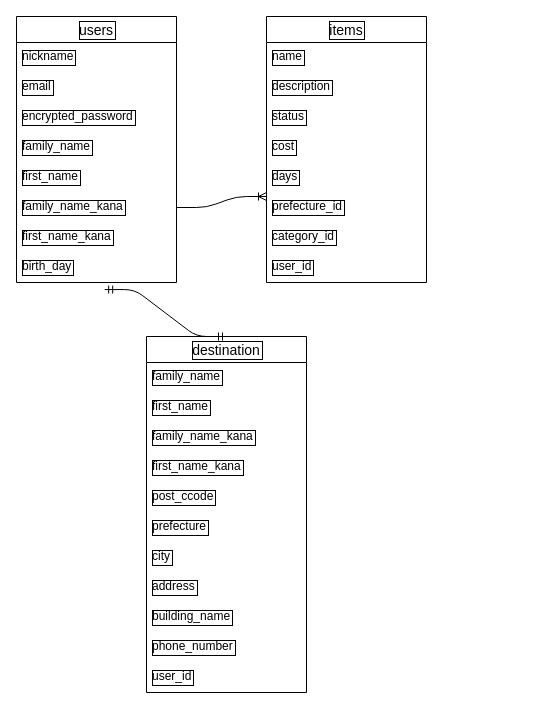
This is furima.dio from harakoryunosuke/furima-37751, a draw.io file, before an edit. Source tidied: cells renumbered, new cells numbered last; positions are measured from the earlier drawing's top-left corner, leaving out a move shared by most shapes. Both pictures are drawn from the tidied source at 100%, with x=0, y=0 at pixel (16, 16).
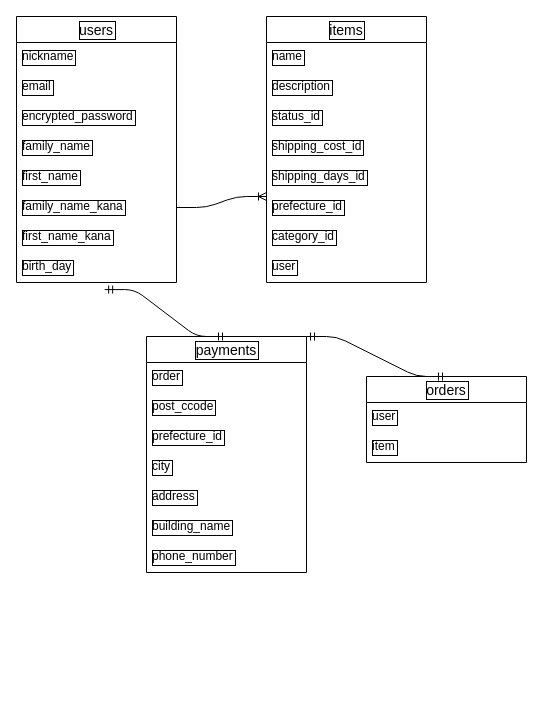
After the change.

Unchanged cells that the change refers to:
```xml
<mxCell id="11" value="items" style="swimlane;fontStyle=0;horizontal=1;startSize=26;align=center;fontSize=14;labelBorderColor=default;" parent="1" vertex="1">
  <mxGeometry x="250" width="160" height="266" as="geometry" />
</mxCell>
```

The edit, as a diff of the source:
```diff
@@
-    <mxCell id="14" value="status" style="text;strokeColor=none;fillColor=none;spacingLeft=4;spacingRight=4;overflow=hidden;fontSize=12;labelBorderColor=default;" parent="11" vertex="1">
+    <mxCell id="14" value="status_id" style="text;strokeColor=none;fillColor=none;spacingLeft=4;spacingRight=4;overflow=hidden;fontSize=12;labelBorderColor=default;" parent="11" vertex="1">
       <mxGeometry y="86" width="160" height="30" as="geometry" />
     </mxCell>
-    <mxCell id="15" value="cost" style="text;strokeColor=none;fillColor=none;spacingLeft=4;spacingRight=4;overflow=hidden;fontSize=12;labelBorderColor=default;" parent="11" vertex="1">
+    <mxCell id="15" value="shipping_cost_id" style="text;strokeColor=none;fillColor=none;spacingLeft=4;spacingRight=4;overflow=hidden;fontSize=12;labelBorderColor=default;" parent="11" vertex="1">
       <mxGeometry y="116" width="160" height="30" as="geometry" />
     </mxCell>
-    <mxCell id="16" value="days" style="text;strokeColor=none;fillColor=none;spacingLeft=4;spacingRight=4;overflow=hidden;fontSize=12;labelBorderColor=default;" parent="11" vertex="1">
+    <mxCell id="16" value="shipping_days_id" style="text;strokeColor=none;fillColor=none;spacingLeft=4;spacingRight=4;overflow=hidden;fontSize=12;labelBorderColor=default;" parent="11" vertex="1">
       <mxGeometry y="146" width="160" height="30" as="geometry" />
     </mxCell>
@@
-    <mxCell id="19" value="user_id" style="text;strokeColor=none;fillColor=none;spacingLeft=4;spacingRight=4;overflow=hidden;fontSize=12;labelBorderColor=default;" parent="11" vertex="1">
+    <mxCell id="19" value="user" style="text;strokeColor=none;fillColor=none;spacingLeft=4;spacingRight=4;overflow=hidden;fontSize=12;labelBorderColor=default;" parent="11" vertex="1">
       <mxGeometry y="236" width="160" height="30" as="geometry" />
     </mxCell>
-    <mxCell id="20" value="destination" style="swimlane;fontStyle=0;horizontal=1;startSize=26;align=center;fontSize=14;labelBorderColor=default;" parent="1" vertex="1">
-      <mxGeometry x="130" y="320" width="160" height="356" as="geometry" />
+    <mxCell id="20" value="payments" style="swimlane;fontStyle=0;horizontal=1;startSize=26;align=center;fontSize=14;labelBorderColor=default;" parent="1" vertex="1">
+      <mxGeometry x="130" y="320" width="160" height="236" as="geometry" />
     </mxCell>
-    <mxCell id="21" value="family_name" style="text;strokeColor=none;fillColor=none;spacingLeft=4;spacingRight=4;overflow=hidden;fontSize=12;labelBorderColor=default;" parent="20" vertex="1">
-      <mxGeometry y="26" width="160" height="30" as="geometry" />
-    </mxCell>
-    <mxCell id="22" value="first_name" style="text;strokeColor=none;fillColor=none;spacingLeft=4;spacingRight=4;overflow=hidden;fontSize=12;labelBorderColor=default;" parent="20" vertex="1">
-      <mxGeometry y="56" width="160" height="30" as="geometry" />
-    </mxCell>
-    <mxCell id="23" value="family_name_kana" style="text;strokeColor=none;fillColor=none;spacingLeft=4;spacingRight=4;overflow=hidden;fontSize=12;labelBorderColor=default;" parent="20" vertex="1">
-      <mxGeometry y="86" width="160" height="30" as="geometry" />
-    </mxCell>
-    <mxCell id="24" value="first_name_kana" style="text;strokeColor=none;fillColor=none;spacingLeft=4;spacingRight=4;overflow=hidden;fontSize=12;labelBorderColor=default;" parent="20" vertex="1">
-      <mxGeometry y="116" width="160" height="30" as="geometry" />
+    <mxCell id="24" value="order" style="text;strokeColor=none;fillColor=none;spacingLeft=4;spacingRight=4;overflow=hidden;fontSize=12;labelBorderColor=default;" parent="20" vertex="1">
+      <mxGeometry y="26" width="160" height="30" as="geometry" />
     </mxCell>
     <mxCell id="25" value="post_ccode" style="text;strokeColor=none;fillColor=none;spacingLeft=4;spacingRight=4;overflow=hidden;fontSize=12;labelBorderColor=default;" parent="20" vertex="1">
-      <mxGeometry y="146" width="160" height="30" as="geometry" />
+      <mxGeometry y="56" width="160" height="30" as="geometry" />
     </mxCell>
-    <mxCell id="26" value="prefecture" style="text;strokeColor=none;fillColor=none;spacingLeft=4;spacingRight=4;overflow=hidden;fontSize=12;labelBorderColor=default;" parent="20" vertex="1">
-      <mxGeometry y="176" width="160" height="30" as="geometry" />
+    <mxCell id="26" value="prefecture_id" style="text;strokeColor=none;fillColor=none;spacingLeft=4;spacingRight=4;overflow=hidden;fontSize=12;labelBorderColor=default;" parent="20" vertex="1">
+      <mxGeometry y="86" width="160" height="30" as="geometry" />
     </mxCell>
     <mxCell id="27" value="city" style="text;strokeColor=none;fillColor=none;spacingLeft=4;spacingRight=4;overflow=hidden;fontSize=12;labelBorderColor=default;" parent="20" vertex="1">
-      <mxGeometry y="206" width="160" height="30" as="geometry" />
+      <mxGeometry y="116" width="160" height="30" as="geometry" />
     </mxCell>
     <mxCell id="28" value="address" style="text;strokeColor=none;fillColor=none;spacingLeft=4;spacingRight=4;overflow=hidden;fontSize=12;labelBorderColor=default;" parent="20" vertex="1">
-      <mxGeometry y="236" width="160" height="30" as="geometry" />
+      <mxGeometry y="146" width="160" height="30" as="geometry" />
     </mxCell>
     <mxCell id="29" value="building_name" style="text;strokeColor=none;fillColor=none;spacingLeft=4;spacingRight=4;overflow=hidden;fontSize=12;labelBorderColor=default;" parent="20" vertex="1">
-      <mxGeometry y="266" width="160" height="30" as="geometry" />
+      <mxGeometry y="176" width="160" height="30" as="geometry" />
     </mxCell>
     <mxCell id="30" value="phone_number" style="text;strokeColor=none;fillColor=none;spacingLeft=4;spacingRight=4;overflow=hidden;fontSize=12;labelBorderColor=default;" parent="20" vertex="1">
-      <mxGeometry y="296" width="160" height="30" as="geometry" />
+      <mxGeometry y="206" width="160" height="30" as="geometry" />
     </mxCell>
-    <mxCell id="31" value="user_id" style="text;strokeColor=none;fillColor=none;spacingLeft=4;spacingRight=4;overflow=hidden;fontSize=12;labelBorderColor=default;" parent="20" vertex="1">
-      <mxGeometry y="326" width="160" height="30" as="geometry" />
-    </mxCell>
@@
+    <mxCell id="34" value="orders" style="swimlane;fontStyle=0;horizontal=1;startSize=26;align=center;fontSize=14;labelBorderColor=default;" parent="1" vertex="1">
+      <mxGeometry x="350" y="360" width="160" height="86" as="geometry" />
+    </mxCell>
+    <mxCell id="35" value="user" style="text;strokeColor=none;fillColor=none;spacingLeft=4;spacingRight=4;overflow=hidden;fontSize=12;labelBorderColor=default;" parent="34" vertex="1">
+      <mxGeometry y="26" width="160" height="30" as="geometry" />
+    </mxCell>
+    <mxCell id="36" value="item" style="text;strokeColor=none;fillColor=none;spacingLeft=4;spacingRight=4;overflow=hidden;fontSize=12;labelBorderColor=default;" parent="34" vertex="1">
+      <mxGeometry y="56" width="160" height="30" as="geometry" />
+    </mxCell>
+    <mxCell id="37" style="edgeStyle=entityRelationEdgeStyle;fontSize=12;html=1;endArrow=ERmandOne;startArrow=ERmandOne;entryX=0.5;entryY=0;entryDx=0;entryDy=0;exitX=1;exitY=0;exitDx=0;exitDy=0;" parent="1" edge="1" source="20" target="34">
+      <mxGeometry relative="1" as="geometry" />
+    </mxCell>
```
